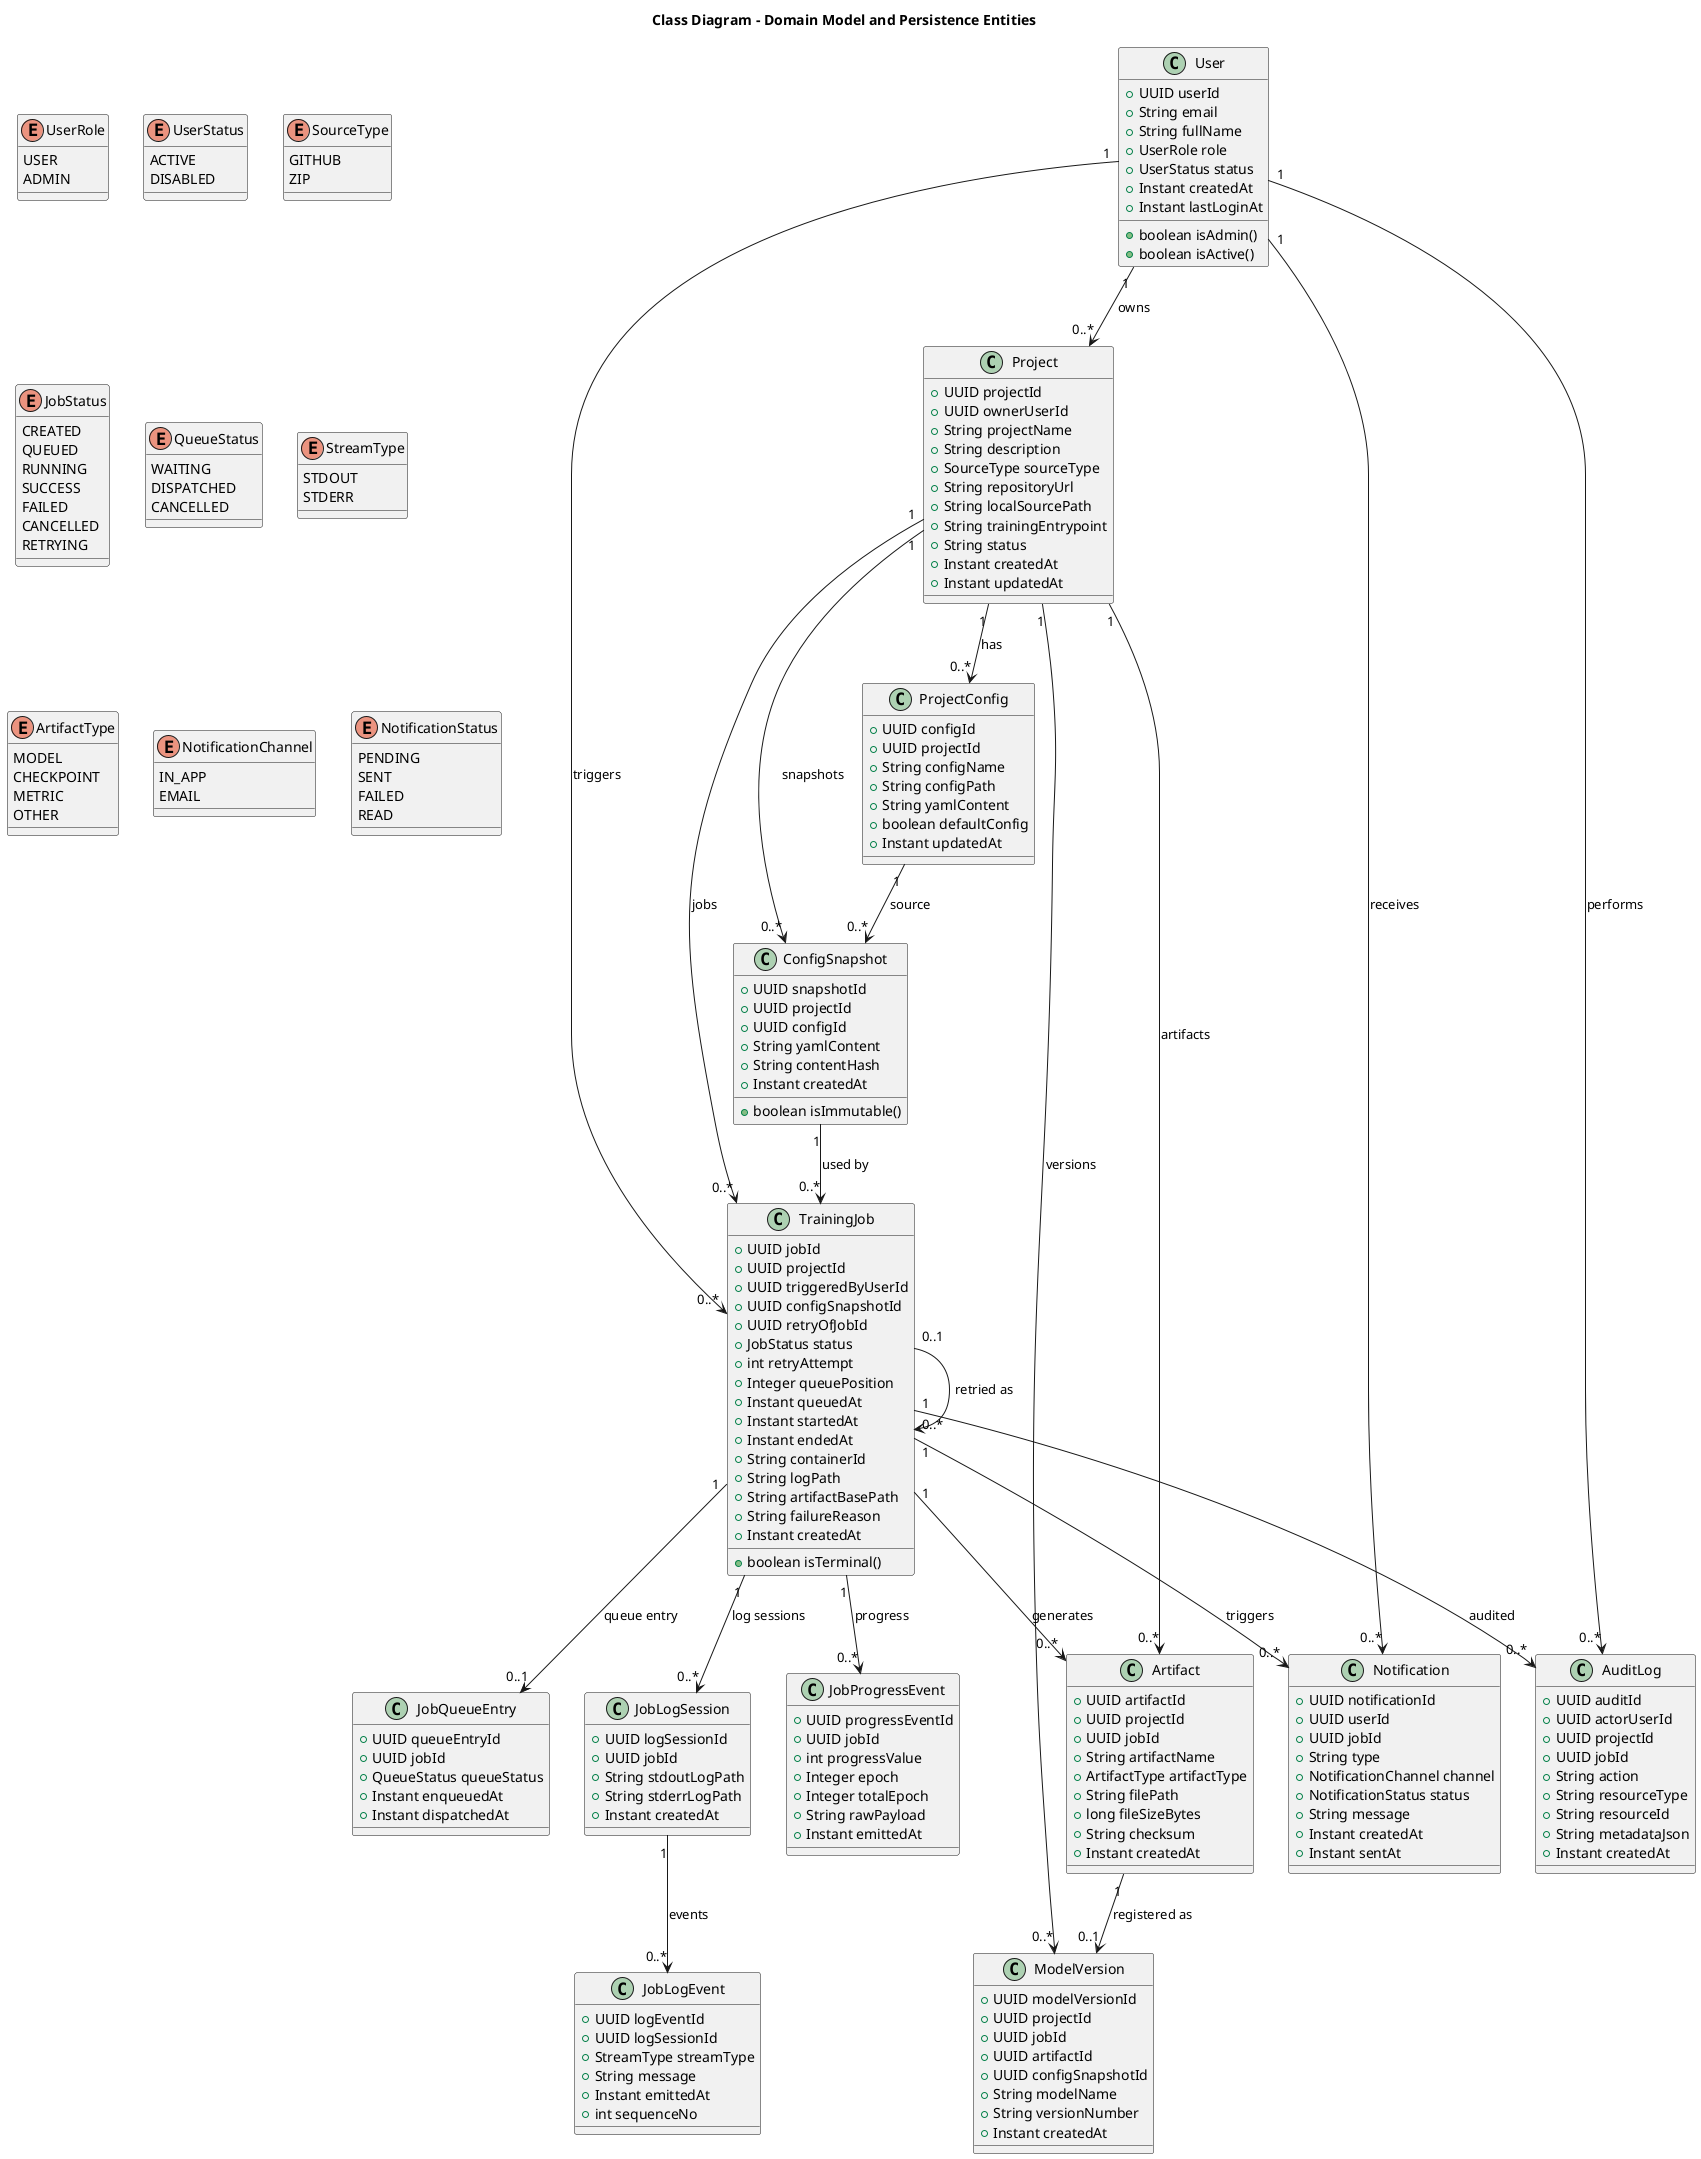
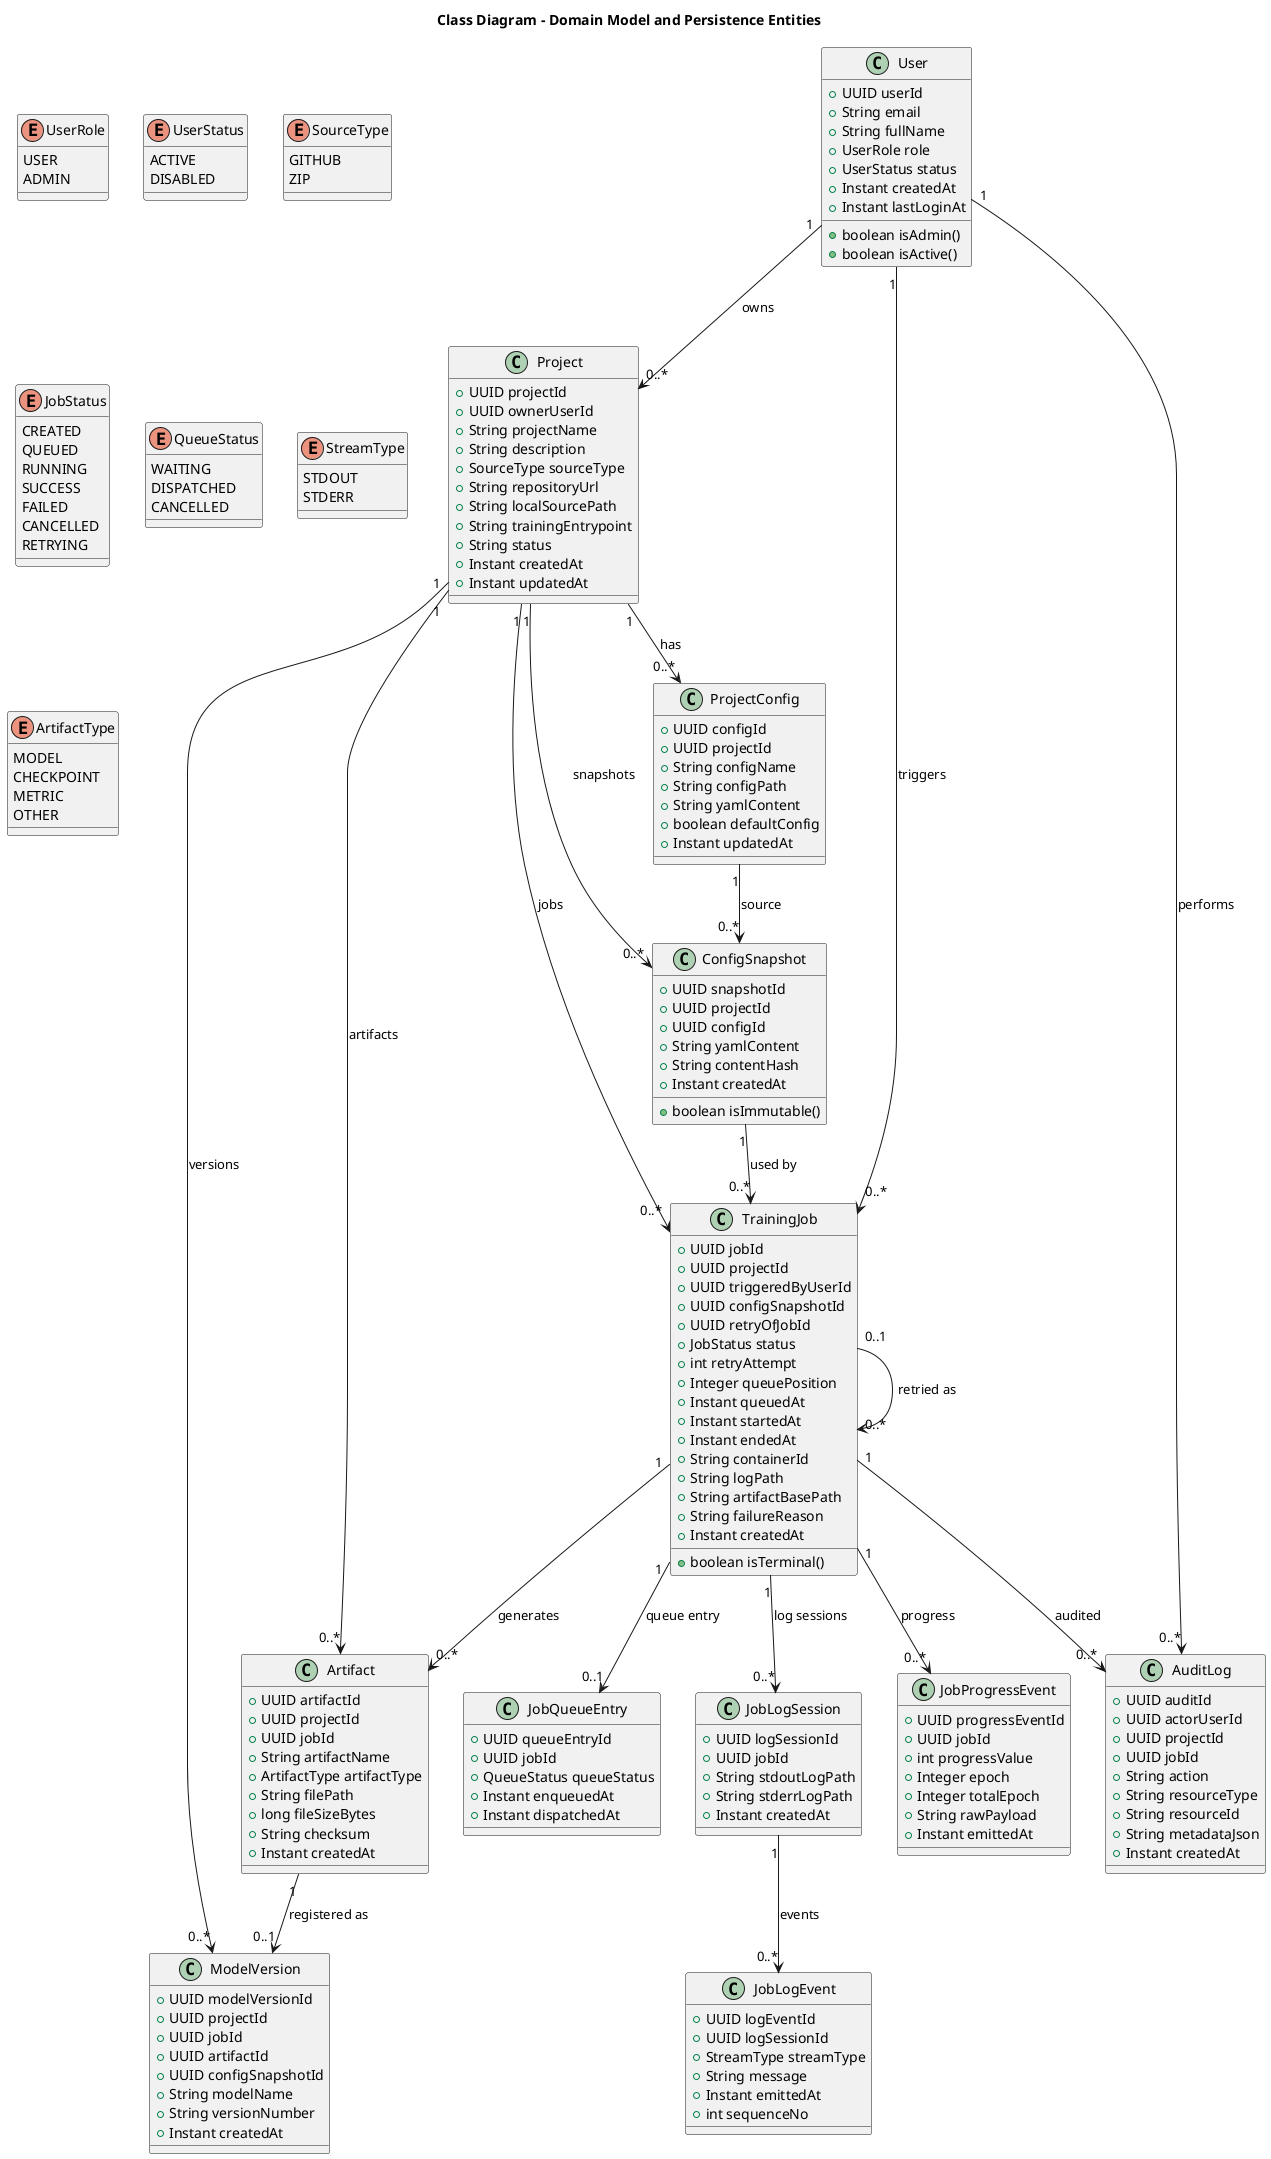
@startuml domain_model_class_diagram
title Class Diagram - Domain Model and Persistence Entities

enum UserRole {
  USER
  ADMIN
}

enum UserStatus {
  ACTIVE
  DISABLED
}

enum SourceType {
  GITHUB
  ZIP
}

enum JobStatus {
  CREATED
  QUEUED
  RUNNING
  SUCCESS
  FAILED
  CANCELLED
  RETRYING
}

enum QueueStatus {
  WAITING
  DISPATCHED
  CANCELLED
}

enum StreamType {
  STDOUT
  STDERR
}

enum ArtifactType {
  MODEL
  CHECKPOINT
  METRIC
  OTHER
- }
- 
- enum NotificationChannel {
-   IN_APP
-   EMAIL
- }
- 
- enum NotificationStatus {
-   PENDING
-   SENT
-   FAILED
-   READ
}

class User {
  +UUID userId
  +String email
  +String fullName
  +UserRole role
  +UserStatus status
  +Instant createdAt
  +Instant lastLoginAt
  +boolean isAdmin()
  +boolean isActive()
}

class Project {
  +UUID projectId
  +UUID ownerUserId
  +String projectName
  +String description
  +SourceType sourceType
  +String repositoryUrl
  +String localSourcePath
  +String trainingEntrypoint
  +String status
  +Instant createdAt
  +Instant updatedAt
}

class ProjectConfig {
  +UUID configId
  +UUID projectId
  +String configName
  +String configPath
  +String yamlContent
  +boolean defaultConfig
  +Instant updatedAt
}

class ConfigSnapshot {
  +UUID snapshotId
  +UUID projectId
  +UUID configId
  +String yamlContent
  +String contentHash
  +Instant createdAt
  +boolean isImmutable()
}

class TrainingJob {
  +UUID jobId
  +UUID projectId
  +UUID triggeredByUserId
  +UUID configSnapshotId
  +UUID retryOfJobId
  +JobStatus status
  +int retryAttempt
  +Integer queuePosition
  +Instant queuedAt
  +Instant startedAt
  +Instant endedAt
  +String containerId
  +String logPath
  +String artifactBasePath
  +String failureReason
  +Instant createdAt
  +boolean isTerminal()
}

class JobQueueEntry {
  +UUID queueEntryId
  +UUID jobId
  +QueueStatus queueStatus
  +Instant enqueuedAt
  +Instant dispatchedAt
}

class JobLogSession {
  +UUID logSessionId
  +UUID jobId
  +String stdoutLogPath
  +String stderrLogPath
  +Instant createdAt
}

class JobLogEvent {
  +UUID logEventId
  +UUID logSessionId
  +StreamType streamType
  +String message
  +Instant emittedAt
  +int sequenceNo
}

class JobProgressEvent {
  +UUID progressEventId
  +UUID jobId
  +int progressValue
  +Integer epoch
  +Integer totalEpoch
  +String rawPayload
  +Instant emittedAt
}

class Artifact {
  +UUID artifactId
  +UUID projectId
  +UUID jobId
  +String artifactName
  +ArtifactType artifactType
  +String filePath
  +long fileSizeBytes
  +String checksum
  +Instant createdAt
}

class ModelVersion {
  +UUID modelVersionId
  +UUID projectId
  +UUID jobId
  +UUID artifactId
  +UUID configSnapshotId
  +String modelName
  +String versionNumber
  +Instant createdAt
}

- class Notification {
-   +UUID notificationId
-   +UUID userId
-   +UUID jobId
-   +String type
-   +NotificationChannel channel
-   +NotificationStatus status
-   +String message
-   +Instant createdAt
-   +Instant sentAt
- }
- 
class AuditLog {
  +UUID auditId
  +UUID actorUserId
  +UUID projectId
  +UUID jobId
  +String action
  +String resourceType
  +String resourceId
  +String metadataJson
  +Instant createdAt
}

User "1" --> "0..*" Project : owns
User "1" --> "0..*" TrainingJob : triggers
- User "1" --> "0..*" Notification : receives
User "1" --> "0..*" AuditLog : performs

Project "1" --> "0..*" ProjectConfig : has
Project "1" --> "0..*" ConfigSnapshot : snapshots
Project "1" --> "0..*" TrainingJob : jobs
Project "1" --> "0..*" Artifact : artifacts
Project "1" --> "0..*" ModelVersion : versions

ProjectConfig "1" --> "0..*" ConfigSnapshot : source
ConfigSnapshot "1" --> "0..*" TrainingJob : used by
TrainingJob "1" --> "0..1" JobQueueEntry : queue entry
TrainingJob "1" --> "0..*" JobLogSession : log sessions
JobLogSession "1" --> "0..*" JobLogEvent : events
TrainingJob "1" --> "0..*" JobProgressEvent : progress
TrainingJob "1" --> "0..*" Artifact : generates
Artifact "1" --> "0..1" ModelVersion : registered as
TrainingJob "0..1" --> "0..*" TrainingJob : retried as
- TrainingJob "1" --> "0..*" Notification : triggers
TrainingJob "1" --> "0..*" AuditLog : audited

@enduml
